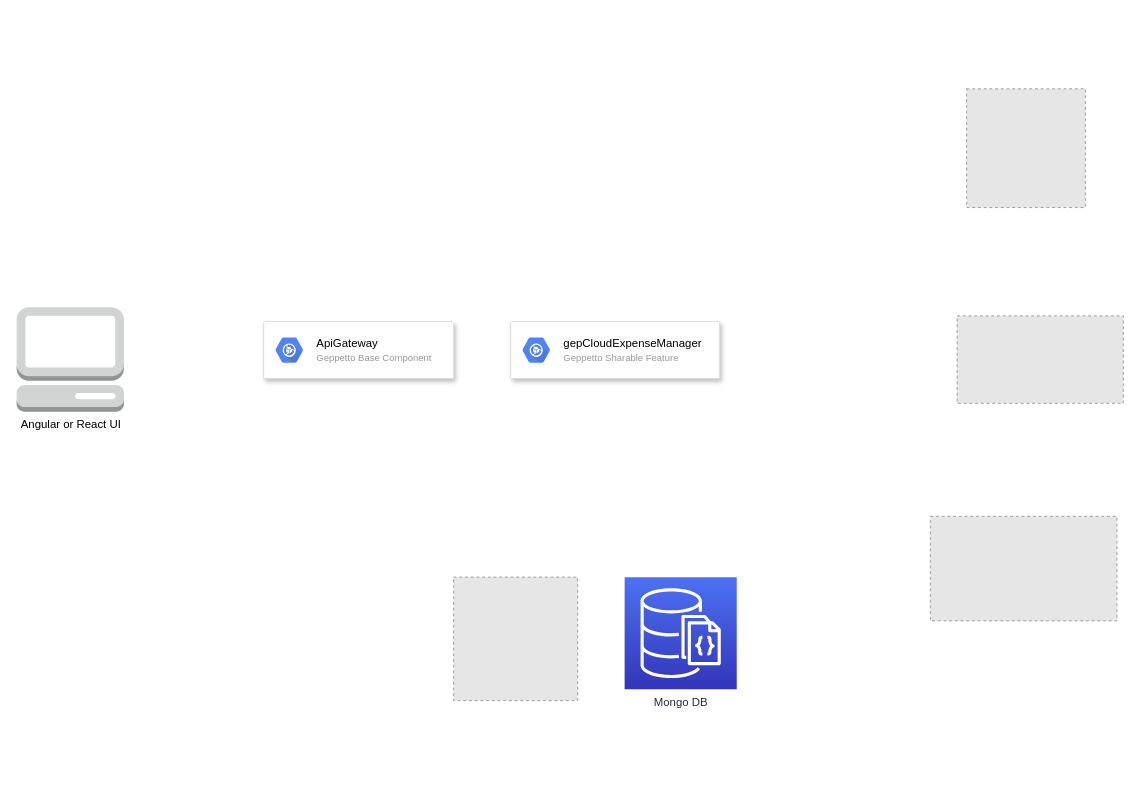
Earlier version of the draw.io diagram page "context-1" (2 of 2) of docs/design/shareable-features/gepCloudExpenseManager/images/gep-cloud-expense-manager-context.drawio (Sangeetha2022/github). Source tidied: cells renumbered, new cells numbered last; positions are measured from the earlier drawing's top-left corner, leaving out a move shared by most shapes. Both pictures are drawn from the tidied source at 95%, with x=0, y=0 at pixel (16, 88). Pictures stored in the file or linked from it are replaced by grey dashed boxes.
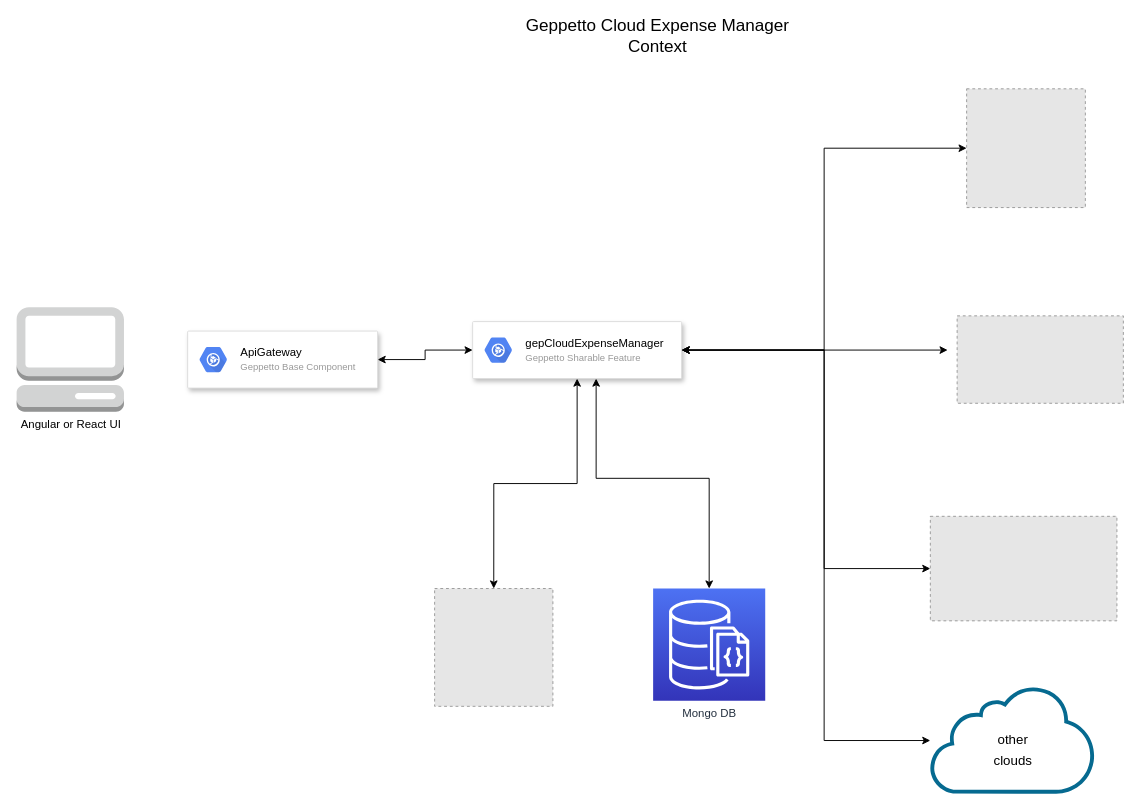
The same diagram, later.

The change refers to these unchanged cells:
```xml
<mxCell id="8" style="fillColor=#E6E6E6;strokeColor=#999999;dashed=1;" parent="1" vertex="1">
  <mxGeometry x="1000" width="125" height="125" as="geometry" />
</mxCell>
<mxCell id="9" style="fillColor=#E6E6E6;strokeColor=#999999;dashed=1;" parent="1" vertex="1">
  <mxGeometry x="961.8" y="450" width="196.4" height="110" as="geometry" />
</mxCell>
```

Diff of the diagram source:
```diff
@@
+    <mxCell id="12" style="edgeStyle=orthogonalEdgeStyle;rounded=0;jettySize=auto;html=1;entryX=0;entryY=0.5;entryDx=0;entryDy=0;startArrow=classic;startFill=1;" parent="1" edge="1" source="2" target="4">
+      <mxGeometry relative="1" as="geometry" />
+    </mxCell>
     <mxCell id="2" style="strokeColor=#dddddd;shadow=1;strokeWidth=1;rounded=1;absoluteArcSize=1;arcSize=2;" parent="1" vertex="1">
-      <mxGeometry x="260" y="245" width="200" height="60" as="geometry" />
+      <mxGeometry x="180" y="255" width="200" height="60" as="geometry" />
     </mxCell>
@@
+    <mxCell id="13" style="edgeStyle=orthogonalEdgeStyle;rounded=0;jettySize=auto;html=1;entryX=0;entryY=0.5;entryDx=0;entryDy=0;" parent="1" edge="1" source="4" target="8">
+      <mxGeometry relative="1" as="geometry" />
+    </mxCell>
+    <mxCell id="14" style="edgeStyle=orthogonalEdgeStyle;rounded=0;jettySize=auto;html=1;entryX=0;entryY=0.5;entryDx=0;entryDy=0;strokeColor=none;startArrow=classic;startFill=1;" parent="1" edge="1" source="4" target="9">
+      <mxGeometry relative="1" as="geometry">
+        <Array as="points">
+          <mxPoint x="850" y="275" />
+          <mxPoint x="850" y="505" />
+        </Array>
+      </mxGeometry>
+    </mxCell>
+    <mxCell id="15" style="edgeStyle=orthogonalEdgeStyle;rounded=0;jettySize=auto;html=1;startArrow=classic;startFill=1;" parent="1" edge="1" source="4">
+      <mxGeometry relative="1" as="geometry">
+        <mxPoint x="980" y="275" as="targetPoint" />
+      </mxGeometry>
+    </mxCell>
+    <mxCell id="16" style="edgeStyle=orthogonalEdgeStyle;rounded=0;jettySize=auto;html=1;entryX=0;entryY=0.5;entryDx=0;entryDy=0;startArrow=classic;startFill=1;" parent="1" edge="1" source="4" target="9">
+      <mxGeometry relative="1" as="geometry">
+        <Array as="points">
+          <mxPoint x="850" y="275" />
+          <mxPoint x="850" y="505" />
+        </Array>
+      </mxGeometry>
+    </mxCell>
+    <mxCell id="17" style="edgeStyle=orthogonalEdgeStyle;rounded=0;jettySize=auto;html=1;entryX=0.5;entryY=0;entryDx=0;entryDy=0;startArrow=classic;startFill=1;" parent="1" edge="1" source="4" target="7">
+      <mxGeometry relative="1" as="geometry" />
+    </mxCell>
+    <mxCell id="18" style="edgeStyle=orthogonalEdgeStyle;rounded=0;jettySize=auto;html=1;startArrow=classic;startFill=1;" parent="1" edge="1" source="4" target="6">
+      <mxGeometry relative="1" as="geometry">
+        <Array as="points">
+          <mxPoint x="610" y="410" />
+          <mxPoint x="729" y="410" />
+        </Array>
+      </mxGeometry>
+    </mxCell>
+    <mxCell id="19" style="edgeStyle=orthogonalEdgeStyle;rounded=0;jettySize=auto;html=1;fontSize=14;startArrow=classic;startFill=1;" parent="1" edge="1" source="4" target="21">
+      <mxGeometry relative="1" as="geometry">
+        <Array as="points">
+          <mxPoint x="850" y="275" />
+          <mxPoint x="850" y="686" />
+        </Array>
+      </mxGeometry>
+    </mxCell>
     <mxCell id="4" style="strokeColor=#dddddd;shadow=1;strokeWidth=1;rounded=1;absoluteArcSize=1;arcSize=2;" parent="1" vertex="1">
-      <mxGeometry x="520" y="245" width="220" height="60" as="geometry" />
+      <mxGeometry x="480" y="245" width="220" height="60" as="geometry" />
     </mxCell>
@@
     <mxCell id="6" value="Mongo DB" style="points=[[0,0,0],[0.25,0,0],[0.5,0,0],[0.75,0,0],[1,0,0],[0,1,0],[0.25,1,0],[0.5,1,0],[0.75,1,0],[1,1,0],[0,0.25,0],[0,0.5,0],[0,0.75,0],[1,0.25,0],[1,0.5,0],[1,0.75,0]];outlineConnect=0;fontColor=#232F3E;gradientColor=#4D72F3;gradientDirection=north;fillColor=#3334B9;strokeColor=#ffffff;dashed=0;verticalLabelPosition=bottom;verticalAlign=top;align=center;html=1;fontSize=12;fontStyle=0;shape=mxgraph.aws4.resourceIcon;resIcon=mxgraph.aws4.documentdb_with_mongodb_compatibility;rounded=0;" parent="1" vertex="1">
-      <mxGeometry x="640" y="514" width="118" height="118" as="geometry" />
+      <mxGeometry x="670" y="526" width="118" height="118" as="geometry" />
     </mxCell>
     <mxCell id="7" style="fillColor=#E6E6E6;strokeColor=#999999;dashed=1;" parent="1" vertex="1">
-      <mxGeometry x="460" y="514" width="130.6" height="130" as="geometry" />
+      <mxGeometry x="440" y="526" width="124.5" height="124" as="geometry" />
     </mxCell>
@@
+    <mxCell id="20" value="&lt;font style=&quot;font-size: 18px&quot;&gt;Geppetto Cloud Expense Manager Context&lt;/font&gt;" style="text;html=1;strokeColor=none;fillColor=none;align=center;verticalAlign=middle;whiteSpace=wrap;rounded=0;" parent="1" vertex="1">
+      <mxGeometry x="530" y="-70" width="290" height="30" as="geometry" />
+    </mxCell>
+    <mxCell id="21" style="sketch=0;shadow=0;dashed=0;html=1;strokeColor=none;labelPosition=center;verticalLabelPosition=bottom;verticalAlign=top;align=center;outlineConnect=0;shape=mxgraph.vvd.cloud_computing;fillColor=#066A90;fontSize=18;" parent="1" vertex="1">
+      <mxGeometry x="961.8" y="630" width="175" height="112" as="geometry" />
+    </mxCell>
+    <mxCell id="22" value="&lt;font style=&quot;font-size: 14px&quot;&gt;other clouds&lt;/font&gt;" style="text;html=1;strokeColor=none;fillColor=none;align=center;verticalAlign=middle;whiteSpace=wrap;rounded=0;fontSize=18;" parent="1" vertex="1">
+      <mxGeometry x="1019" y="680" width="60" height="30" as="geometry" />
+    </mxCell>
```
